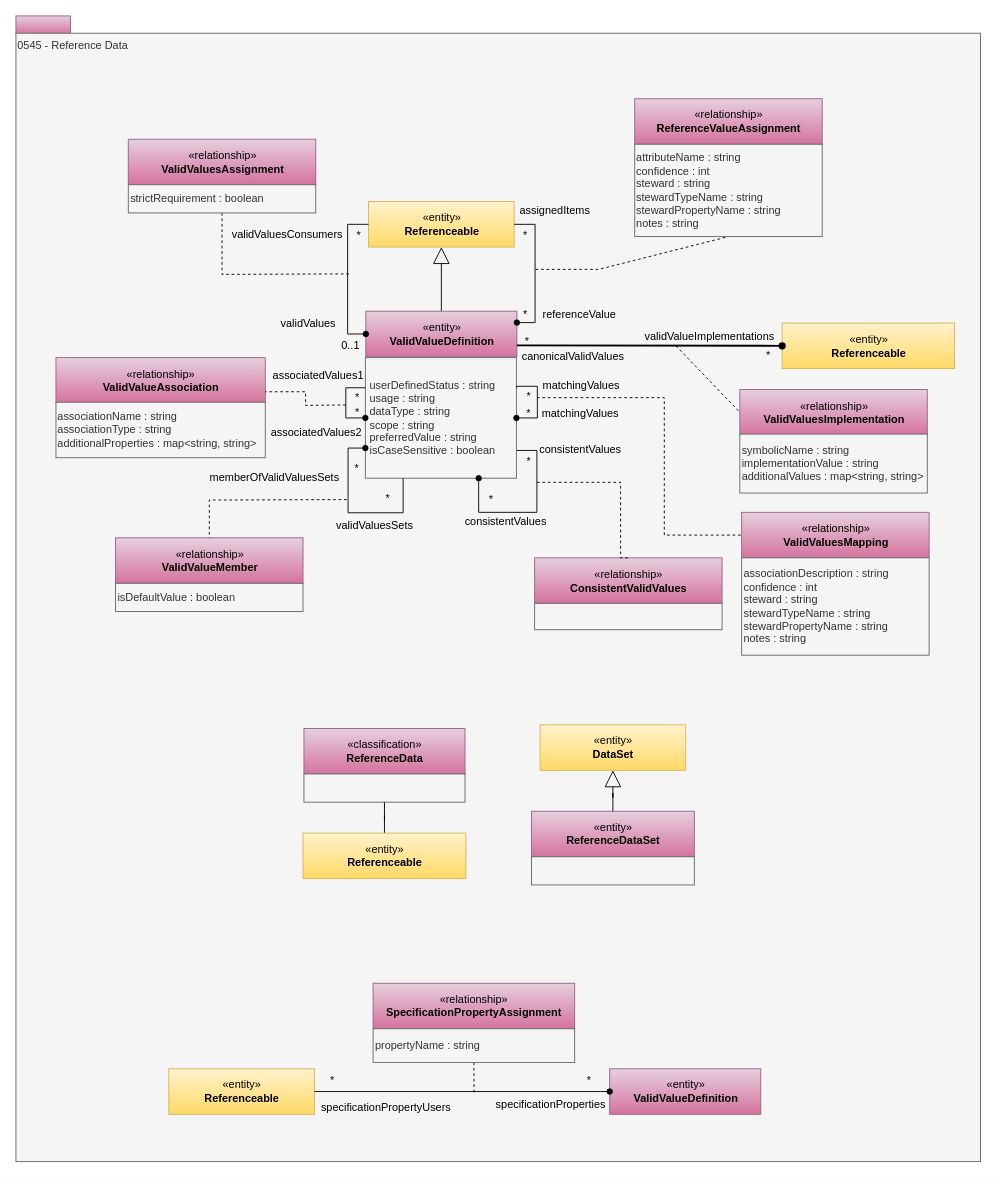
The draw.io diagram page "0545-Reference-Data" (26 of 36) of site/docs/types/5/area-5-models-and-schema.drawio in odpi/egeria-docs, before the edit. Source tidied: cells renumbered, new cells numbered last; positions are measured from the earlier drawing's top-left corner, leaving out a move shared by most shapes. Both pictures are drawn from the tidied source at 91%, with x=0, y=0 at pixel (15, 15).
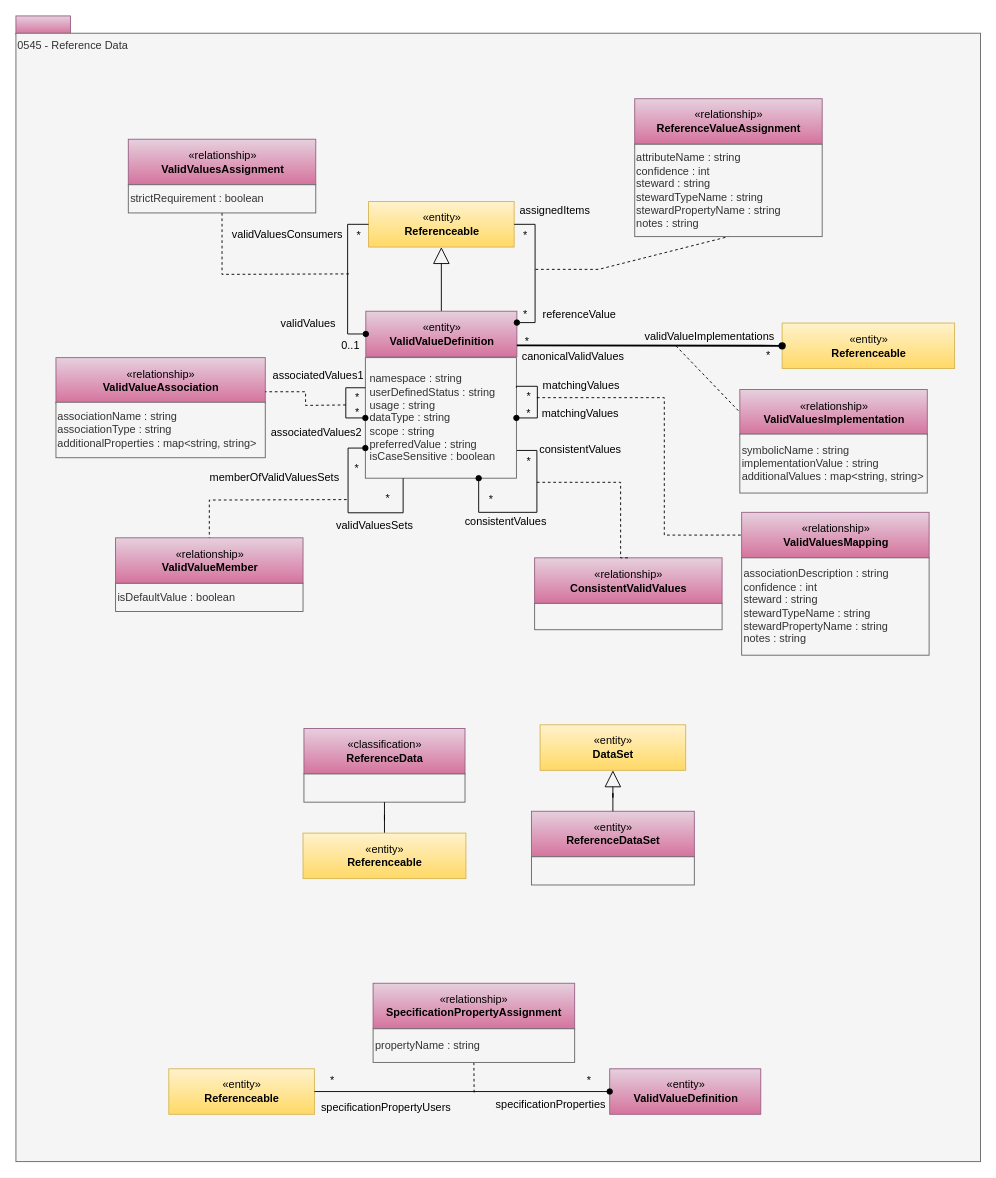
Above is the later version.

The edit, as a diff of the source:
```diff
@@
-    <mxCell id="6" value="userDefinedStatus : string&lt;div&gt;&lt;span&gt;usage : string&lt;br&gt;&lt;/span&gt;dataType : string&lt;br&gt;&lt;span&gt;scope : string&lt;br&gt;preferredValue : string&lt;br&gt;isCaseSensitive : boolean&lt;br&gt;&lt;/span&gt;&lt;/div&gt;" style="rounded=0;whiteSpace=wrap;html=1;strokeColor=#666666;align=left;spacingLeft=3;fillColor=#f5f5f5;fontColor=#333333;" parent="1" vertex="1">
+    <mxCell id="6" value="namespace : string&lt;div&gt;userDefinedStatus : string&lt;div&gt;&lt;span&gt;usage : string&lt;br&gt;&lt;/span&gt;dataType : string&lt;br&gt;&lt;span&gt;scope : string&lt;br&gt;preferredValue : string&lt;br&gt;isCaseSensitive : boolean&lt;br&gt;&lt;/span&gt;&lt;/div&gt;&lt;/div&gt;" style="rounded=0;whiteSpace=wrap;html=1;strokeColor=#666666;align=left;spacingLeft=3;fillColor=#f5f5f5;fontColor=#333333;" parent="1" vertex="1">
       <mxGeometry x="384" y="375.5" width="166" height="132.5" as="geometry" />
     </mxCell>
```
